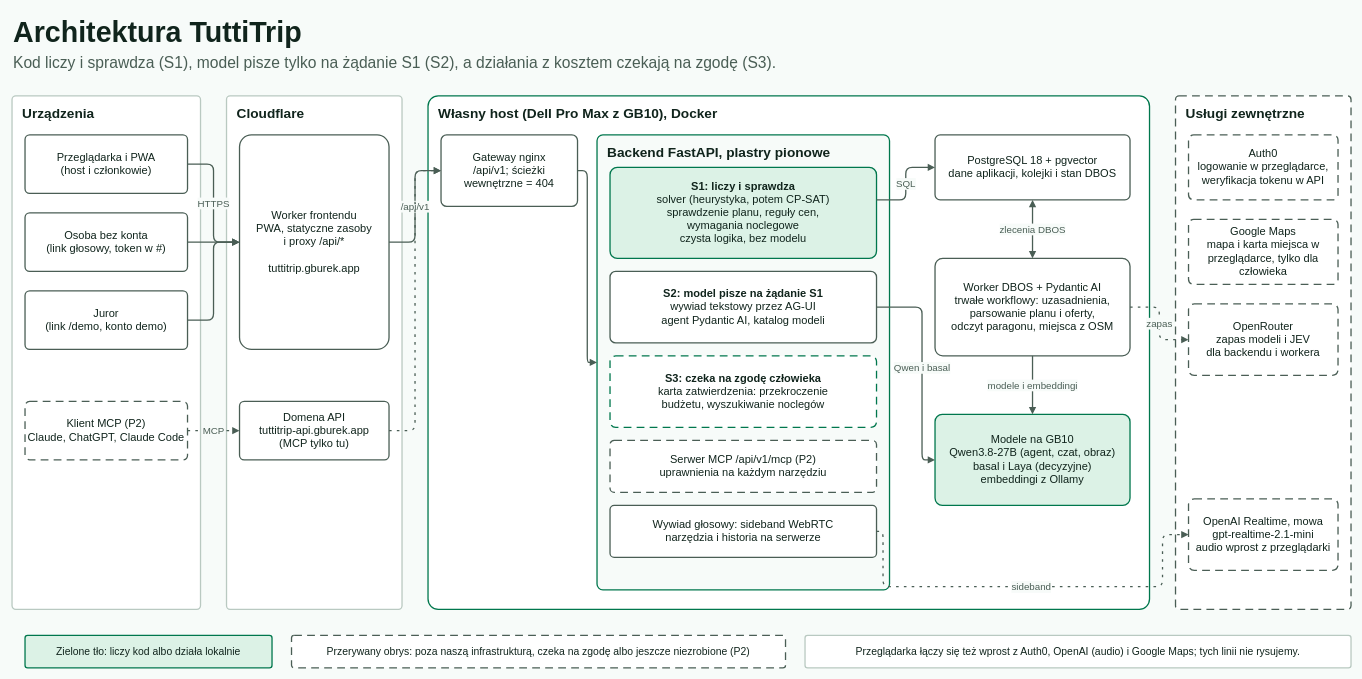
HackYeah-TuttiTripTeam/tuttitrip keeps this draw.io diagram as docs/diagramy/architektura.drawio. Above is the earlier version. Source tidied: cells renumbered, new cells numbered last; positions are measured from the earlier drawing's top-left corner, leaving out a move shared by most shapes. Both pictures are drawn from the tidied source at 65%, with x=0, y=0 at pixel (12, 11).
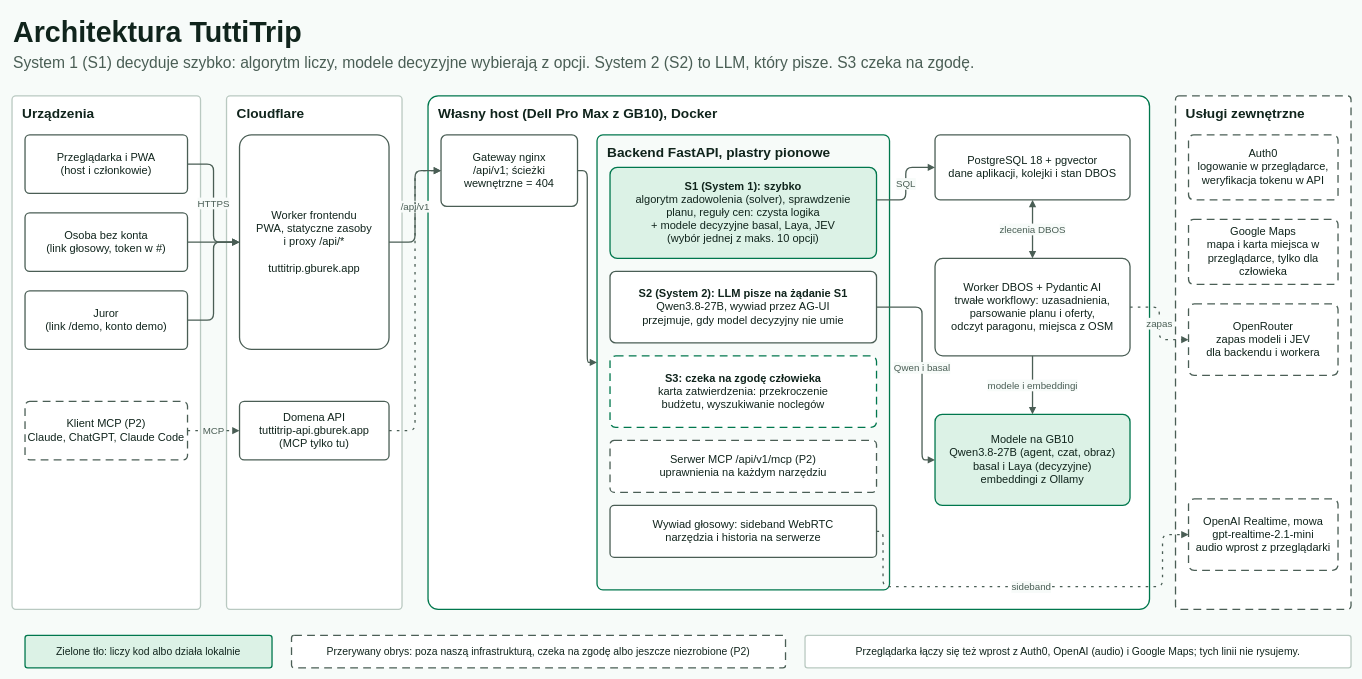
After the change.

Commit message (it also covers changes not shown here):
docs(decks): System 1 i System 2 na slajdzie architektury (#27)

What changed in the source:
```diff
@@
-    <mxCell id="3" value="Kod liczy i sprawdza (S1), model pisze tylko na żądanie S1 (S2), a działania z kosztem czekają na zgodę (S3)." style="text;html=1;fontSize=24;fontFamily=Arial;fontColor=#4A5E55;align=left;verticalAlign=top;" parent="1" vertex="1">
+    <mxCell id="3" value="System 1 (S1) decyduje szybko: algorytm liczy, modele decyzyjne wybierają z opcji. System 2 (S2) to LLM, który pisze. S3 czeka na zgodę." style="text;html=1;fontSize=24;fontFamily=Arial;fontColor=#4A5E55;align=left;verticalAlign=top;" parent="1" vertex="1">
       <mxGeometry y="58" width="1700" height="36" as="geometry" />
     </mxCell>
@@
-    <mxCell id="16" value="&lt;b&gt;S1: liczy i sprawdza&lt;/b&gt;&lt;br&gt;solver (heurystyka, potem CP-SAT)&lt;br&gt;sprawdzenie planu, reguły cen,&lt;br&gt;wymagania noclegowe&lt;br&gt;czysta logika, bez modelu" style="rounded=1;arcSize=8;whiteSpace=wrap;html=1;fillColor=#DCF2E6;strokeColor=#00774D;strokeWidth=2;fontSize=17;fontFamily=Arial;fontColor=#10241C;" parent="1" vertex="1">
+    <mxCell id="16" value="&lt;b&gt;S1 (System 1): szybko&lt;/b&gt;&lt;br&gt;algorytm zadowolenia (solver), sprawdzenie&lt;br&gt;planu, reguły cen: czysta logika&lt;br&gt;+ modele decyzyjne basal, Laya, JEV&lt;br&gt;(wybór jednej z maks. 10 opcji)" style="rounded=1;arcSize=8;whiteSpace=wrap;html=1;fillColor=#DCF2E6;strokeColor=#00774D;strokeWidth=2;fontSize=17;fontFamily=Arial;fontColor=#10241C;" parent="1" vertex="1">
       <mxGeometry x="920" y="240" width="410" height="140" as="geometry" />
     </mxCell>
-    <mxCell id="17" value="&lt;b&gt;S2: model pisze na żądanie S1&lt;/b&gt;&lt;br&gt;wywiad tekstowy przez AG-UI&lt;br&gt;agent Pydantic AI, katalog modeli" style="rounded=1;arcSize=8;whiteSpace=wrap;html=1;fillColor=#FFFFFF;strokeColor=#4A5E55;strokeWidth=2;fontSize=17;fontFamily=Arial;fontColor=#10241C;" parent="1" vertex="1">
+    <mxCell id="17" value="&lt;b&gt;S2 (System 2): LLM pisze na żądanie S1&lt;/b&gt;&lt;br&gt;Qwen3.8-27B, wywiad przez AG-UI&lt;br&gt;przejmuje, gdy model decyzyjny nie umie" style="rounded=1;arcSize=8;whiteSpace=wrap;html=1;fillColor=#FFFFFF;strokeColor=#4A5E55;strokeWidth=2;fontSize=17;fontFamily=Arial;fontColor=#10241C;" parent="1" vertex="1">
       <mxGeometry x="920" y="400" width="410" height="110" as="geometry" />
     </mxCell>
```
